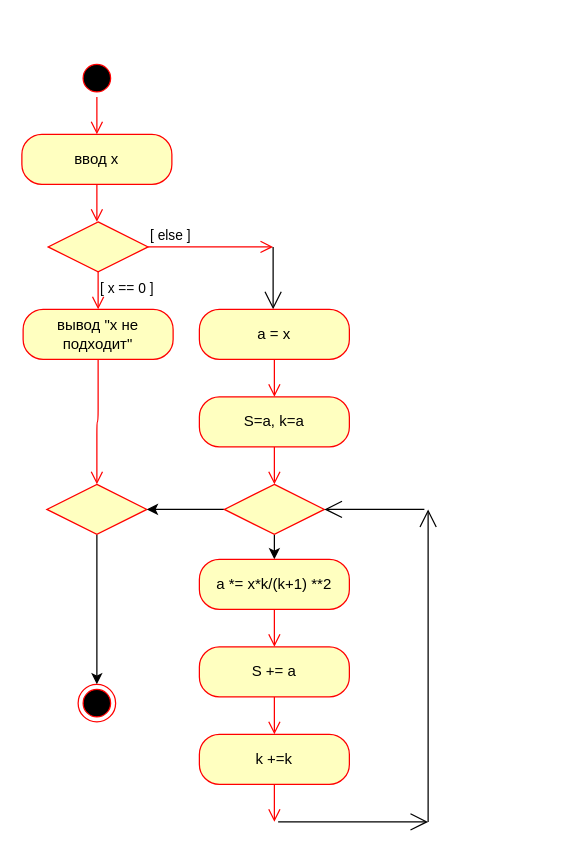
Above: pr5.drawio in Valentina1502/LAB_4 (draw.io), before the change. Source tidied: cells renumbered, new cells numbered last; positions are measured from the earlier drawing's top-left corner, leaving out a move shared by most shapes. Both pictures are drawn from the tidied source at 125%, with x=0, y=0 at pixel (21, 59).
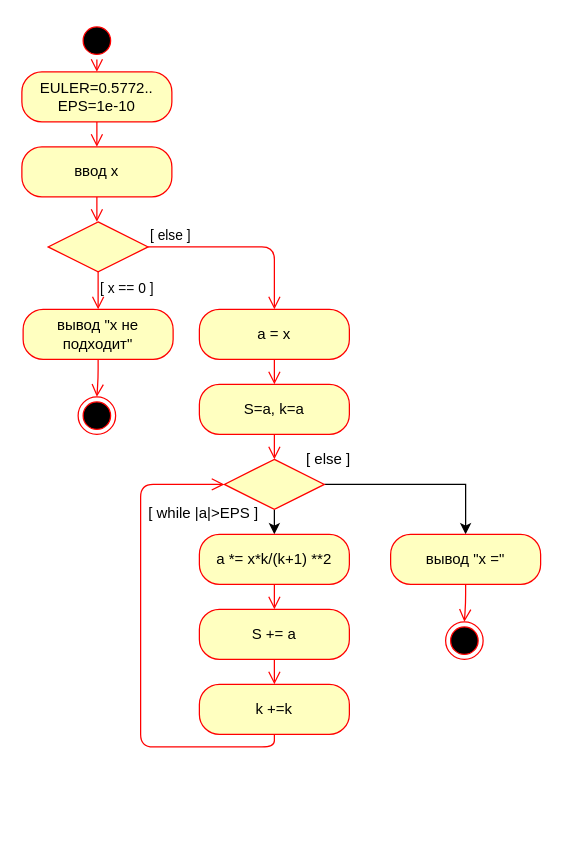
Above is the later version.

Unchanged cells that the change refers to:
```xml
<mxCell id="6" style="rhombus;whiteSpace=wrap;html=1;fillColor=#ffffc0;strokeColor=#ff0000;" parent="1" vertex="1">
  <mxGeometry x="21" y="130" width="80" height="40" as="geometry" />
</mxCell>
<mxCell id="9" value="вывод &quot;х не подходит&quot;" style="rounded=1;whiteSpace=wrap;html=1;arcSize=40;fontColor=#000000;fillColor=#ffffc0;strokeColor=#ff0000;" parent="1" vertex="1">
  <mxGeometry x="1" y="200" width="120" height="40" as="geometry" />
</mxCell>
<mxCell id="15" value="а = х" style="rounded=1;whiteSpace=wrap;html=1;arcSize=40;fontColor=#000000;fillColor=#ffffc0;strokeColor=#ff0000;" parent="1" vertex="1">
  <mxGeometry x="142" y="200" width="120" height="40" as="geometry" />
</mxCell>
```

The edit, as a diff of the source:
```diff
@@
     <mxCell id="2" style="ellipse;html=1;shape=startState;fillColor=#000000;strokeColor=#ff0000;" parent="1" vertex="1">
-      <mxGeometry x="45" width="30" height="30" as="geometry" />
+      <mxGeometry x="45" y="-30" width="30" height="30" as="geometry" />
     </mxCell>
-    <mxCell id="3" style="edgeStyle=orthogonalEdgeStyle;html=1;verticalAlign=bottom;endArrow=open;endSize=8;strokeColor=#ff0000;" parent="1" edge="1" source="2">
-      <mxGeometry relative="1" as="geometry">
-        <mxPoint x="60" y="60" as="targetPoint" />
-      </mxGeometry>
+    <mxCell id="3" style="edgeStyle=orthogonalEdgeStyle;html=1;verticalAlign=bottom;endArrow=open;endSize=8;strokeColor=#ff0000;entryX=0.5;entryY=0;entryDx=0;entryDy=0;" parent="1" edge="1" source="2" target="32">
+      <mxGeometry relative="1" as="geometry" />
     </mxCell>
     <mxCell id="4" value="ввод х" style="rounded=1;whiteSpace=wrap;html=1;arcSize=40;fontColor=#000000;fillColor=#ffffc0;strokeColor=#ff0000;" parent="1" vertex="1">
-      <mxGeometry y="60" width="120" height="40" as="geometry" />
+      <mxGeometry y="70" width="120" height="40" as="geometry" />
     </mxCell>
@@
-    <mxCell id="7" value="[ else ]" style="edgeStyle=orthogonalEdgeStyle;html=1;align=left;verticalAlign=bottom;endArrow=open;endSize=8;strokeColor=#ff0000;" parent="1" edge="1" source="6">
-      <mxGeometry x="-1" relative="1" as="geometry">
-        <mxPoint x="201" y="150" as="targetPoint" />
-      </mxGeometry>
+    <mxCell id="7" value="[ else ]" style="edgeStyle=orthogonalEdgeStyle;html=1;align=left;verticalAlign=bottom;endArrow=open;endSize=8;strokeColor=#ff0000;entryX=0.5;entryY=0;entryDx=0;entryDy=0;" parent="1" edge="1" source="6" target="15">
+      <mxGeometry x="-1" relative="1" as="geometry" />
     </mxCell>
@@
-    <mxCell id="10" style="edgeStyle=orthogonalEdgeStyle;html=1;verticalAlign=bottom;endArrow=open;endSize=8;strokeColor=#ff0000;entryX=0.5;entryY=0;entryDx=0;entryDy=0;" parent="1" edge="1" source="9" target="13">
-      <mxGeometry relative="1" as="geometry" />
+    <mxCell id="10" style="edgeStyle=orthogonalEdgeStyle;html=1;verticalAlign=bottom;endArrow=open;endSize=8;strokeColor=#ff0000;" parent="1" edge="1" source="9">
+      <mxGeometry relative="1" as="geometry">
+        <mxPoint x="60" y="270" as="targetPoint" />
+      </mxGeometry>
     </mxCell>
     <mxCell id="11" style="ellipse;html=1;shape=endState;fillColor=#000000;strokeColor=#ff0000;" parent="1" vertex="1">
-      <mxGeometry x="45" y="500" width="30" height="30" as="geometry" />
+      <mxGeometry x="45" y="270" width="30" height="30" as="geometry" />
     </mxCell>
-    <mxCell id="12" style="edgeStyle=orthogonalEdgeStyle;rounded=0;jettySize=auto;html=1;" parent="1" edge="1" source="13" target="11">
-      <mxGeometry relative="1" as="geometry" />
-    </mxCell>
-    <mxCell id="13" style="rhombus;whiteSpace=wrap;html=1;fillColor=#ffffc0;strokeColor=#ff0000;" parent="1" vertex="1">
-      <mxGeometry x="20" y="340" width="80" height="40" as="geometry" />
-    </mxCell>
-    <mxCell id="14" style="endArrow=open;endFill=1;endSize=12;html=1;" parent="1" edge="1">
-      <mxGeometry relative="1" as="geometry">
-        <mxPoint x="201" y="150" as="sourcePoint" />
-        <mxPoint x="201" y="200" as="targetPoint" />
-      </mxGeometry>
-    </mxCell>
@@
     <mxCell id="16" style="edgeStyle=orthogonalEdgeStyle;html=1;verticalAlign=bottom;endArrow=open;endSize=8;strokeColor=#ff0000;" parent="1" edge="1" source="15">
       <mxGeometry relative="1" as="geometry">
-        <mxPoint x="202" y="270" as="targetPoint" />
+        <mxPoint x="202" y="260" as="targetPoint" />
       </mxGeometry>
     </mxCell>
     <mxCell id="17" value="S=a, k=a" style="rounded=1;whiteSpace=wrap;html=1;arcSize=40;fontColor=#000000;fillColor=#ffffc0;strokeColor=#ff0000;" parent="1" vertex="1">
-      <mxGeometry x="142" y="270" width="120" height="40" as="geometry" />
+      <mxGeometry x="142" y="260" width="120" height="40" as="geometry" />
     </mxCell>
     <mxCell id="18" style="edgeStyle=orthogonalEdgeStyle;html=1;verticalAlign=bottom;endArrow=open;endSize=8;strokeColor=#ff0000;" parent="1" edge="1" source="17">
       <mxGeometry relative="1" as="geometry">
-        <mxPoint x="202" y="340" as="targetPoint" />
+        <mxPoint x="202" y="320" as="targetPoint" />
       </mxGeometry>
     </mxCell>
@@
-    <mxCell id="20" style="edgeStyle=none;rounded=0;jettySize=auto;html=1;exitX=0;exitY=0.5;exitDx=0;exitDy=0;entryX=1;entryY=0.5;entryDx=0;entryDy=0;" parent="1" edge="1" source="21" target="13">
-      <mxGeometry relative="1" as="geometry" />
-    </mxCell>
+    <mxCell id="31" style="edgeStyle=orthogonalEdgeStyle;rounded=0;jettySize=auto;html=1;exitX=1;exitY=0.5;exitDx=0;exitDy=0;entryX=0.5;entryY=0;entryDx=0;entryDy=0;" parent="1" edge="1" source="21" target="36">
+      <mxGeometry relative="1" as="geometry" />
+    </mxCell>
     <mxCell id="21" style="rhombus;whiteSpace=wrap;html=1;fillColor=#ffffc0;strokeColor=#ff0000;" parent="1" vertex="1">
-      <mxGeometry x="162" y="340" width="80" height="40" as="geometry" />
+      <mxGeometry x="162" y="320" width="80" height="40" as="geometry" />
     </mxCell>
     <mxCell id="22" value="а *= х*k/(k+1) **2" style="rounded=1;whiteSpace=wrap;html=1;arcSize=40;fontColor=#000000;fillColor=#ffffc0;strokeColor=#ff0000;" parent="1" vertex="1">
-      <mxGeometry x="142" y="400" width="120" height="40" as="geometry" />
+      <mxGeometry x="142" y="380" width="120" height="40" as="geometry" />
     </mxCell>
     <mxCell id="23" style="edgeStyle=orthogonalEdgeStyle;html=1;verticalAlign=bottom;endArrow=open;endSize=8;strokeColor=#ff0000;" parent="1" edge="1" source="22">
       <mxGeometry relative="1" as="geometry">
-        <mxPoint x="202" y="470" as="targetPoint" />
+        <mxPoint x="202" y="440" as="targetPoint" />
       </mxGeometry>
     </mxCell>
     <mxCell id="24" value="S += a" style="rounded=1;whiteSpace=wrap;html=1;arcSize=40;fontColor=#000000;fillColor=#ffffc0;strokeColor=#ff0000;" parent="1" vertex="1">
-      <mxGeometry x="142" y="470" width="120" height="40" as="geometry" />
+      <mxGeometry x="142" y="440" width="120" height="40" as="geometry" />
     </mxCell>
     <mxCell id="25" style="edgeStyle=orthogonalEdgeStyle;html=1;verticalAlign=bottom;endArrow=open;endSize=8;strokeColor=#ff0000;" parent="1" edge="1" source="24">
       <mxGeometry relative="1" as="geometry">
-        <mxPoint x="202" y="540" as="targetPoint" />
+        <mxPoint x="202" y="500" as="targetPoint" />
       </mxGeometry>
     </mxCell>
     <mxCell id="26" value="k +=k" style="rounded=1;whiteSpace=wrap;html=1;arcSize=40;fontColor=#000000;fillColor=#ffffc0;strokeColor=#ff0000;" parent="1" vertex="1">
-      <mxGeometry x="142" y="540" width="120" height="40" as="geometry" />
+      <mxGeometry x="142" y="500" width="120" height="40" as="geometry" />
     </mxCell>
-    <mxCell id="27" style="edgeStyle=orthogonalEdgeStyle;html=1;verticalAlign=bottom;endArrow=open;endSize=8;strokeColor=#ff0000;" parent="1" edge="1" source="26">
+    <mxCell id="27" style="edgeStyle=orthogonalEdgeStyle;html=1;verticalAlign=bottom;endArrow=open;endSize=8;strokeColor=#ff0000;entryX=0;entryY=0.5;entryDx=0;entryDy=0;" parent="1" edge="1" source="26" target="21">
       <mxGeometry relative="1" as="geometry">
-        <mxPoint x="202" y="610" as="targetPoint" />
+        <Array as="points">
+          <mxPoint x="202" y="550" />
+          <mxPoint x="95" y="550" />
+          <mxPoint x="95" y="340" />
+        </Array>
       </mxGeometry>
     </mxCell>
-    <mxCell id="28" style="endArrow=open;endFill=1;endSize=12;html=1;" parent="1" edge="1">
-      <mxGeometry relative="1" as="geometry">
-        <mxPoint x="205" y="610" as="sourcePoint" />
-        <mxPoint x="325" y="610" as="targetPoint" />
-      </mxGeometry>
-    </mxCell>
-    <mxCell id="29" style="endArrow=open;endFill=1;endSize=12;html=1;" parent="1" edge="1">
-      <mxGeometry relative="1" as="geometry">
-        <mxPoint x="325" y="610" as="sourcePoint" />
-        <mxPoint x="325" y="360" as="targetPoint" />
-      </mxGeometry>
-    </mxCell>
-    <mxCell id="30" style="endArrow=open;endFill=1;endSize=12;html=1;" parent="1" edge="1">
-      <mxGeometry relative="1" as="geometry">
-        <mxPoint x="322" y="360" as="sourcePoint" />
-        <mxPoint x="242" y="360" as="targetPoint" />
-      </mxGeometry>
-    </mxCell>
+    <mxCell id="32" value="EULER=0.5772..&lt;br&gt;EPS=1e-10" style="rounded=1;whiteSpace=wrap;html=1;arcSize=40;fontColor=#000000;fillColor=#ffffc0;strokeColor=#ff0000;" parent="1" vertex="1">
+      <mxGeometry y="10" width="120" height="40" as="geometry" />
+    </mxCell>
+    <mxCell id="33" style="edgeStyle=orthogonalEdgeStyle;html=1;verticalAlign=bottom;endArrow=open;endSize=8;strokeColor=#ff0000;entryX=0.5;entryY=0;entryDx=0;entryDy=0;" parent="1" edge="1" source="32" target="4">
+      <mxGeometry relative="1" as="geometry" />
+    </mxCell>
+    <mxCell id="34" value="[ else ]" style="text;html=1;align=center;verticalAlign=middle;strokeColor=none;" parent="1" vertex="1">
+      <mxGeometry x="220" y="310" width="50" height="20" as="geometry" />
+    </mxCell>
+    <mxCell id="35" value="[ while |a|&amp;gt;EPS ]" style="text;html=1;align=center;verticalAlign=middle;strokeColor=none;" parent="1" vertex="1">
+      <mxGeometry x="95" y="353" width="100" height="20" as="geometry" />
+    </mxCell>
+    <mxCell id="36" value="вывод &quot;х =&quot;" style="rounded=1;whiteSpace=wrap;html=1;arcSize=40;fontColor=#000000;fillColor=#ffffc0;strokeColor=#ff0000;" parent="1" vertex="1">
+      <mxGeometry x="295" y="380" width="120" height="40" as="geometry" />
+    </mxCell>
+    <mxCell id="37" style="edgeStyle=orthogonalEdgeStyle;html=1;verticalAlign=bottom;endArrow=open;endSize=8;strokeColor=#ff0000;" parent="1" edge="1" source="36">
+      <mxGeometry relative="1" as="geometry">
+        <mxPoint x="354" y="450" as="targetPoint" />
+      </mxGeometry>
+    </mxCell>
+    <mxCell id="38" style="ellipse;html=1;shape=endState;fillColor=#000000;strokeColor=#ff0000;" parent="1" vertex="1">
+      <mxGeometry x="339" y="450" width="30" height="30" as="geometry" />
+    </mxCell>
```
